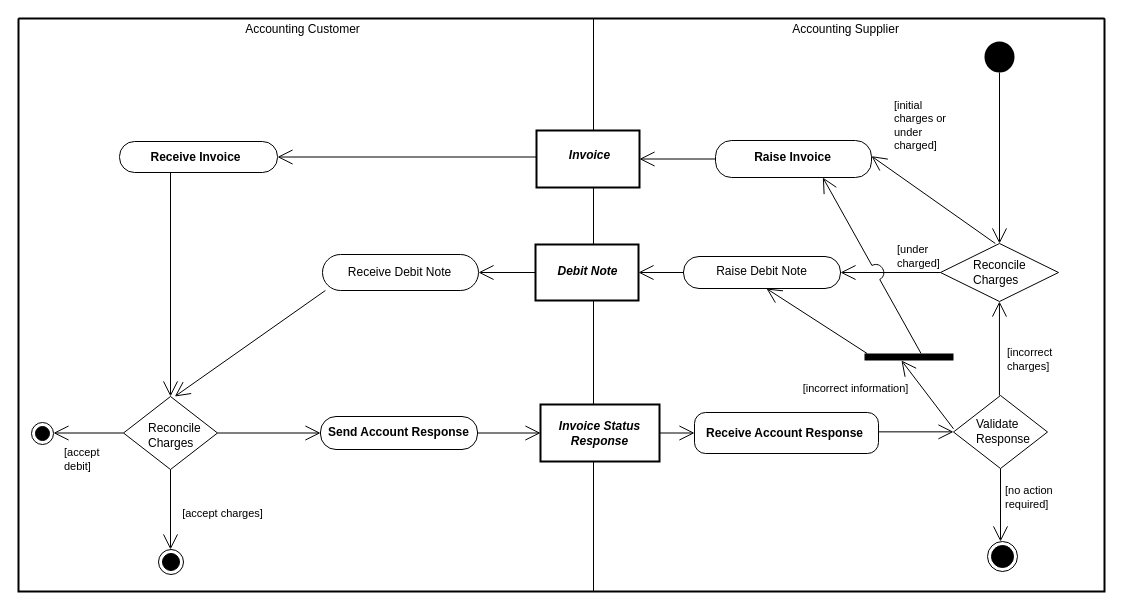
Above: diagrams/UBL-2.5-BillingwithDebitNoteProcess/UBL-2.5-BillingwithDebitNoteProcess.drawio in kduvekot/ubl-work-on-svg-images (draw.io), before the change. Source tidied: cells renumbered, new cells numbered last; positions are measured from the earlier drawing's top-left corner, leaving out a move shared by most shapes. Both pictures are drawn from the tidied source at 100%, with x=0, y=0 at pixel (18, 18).
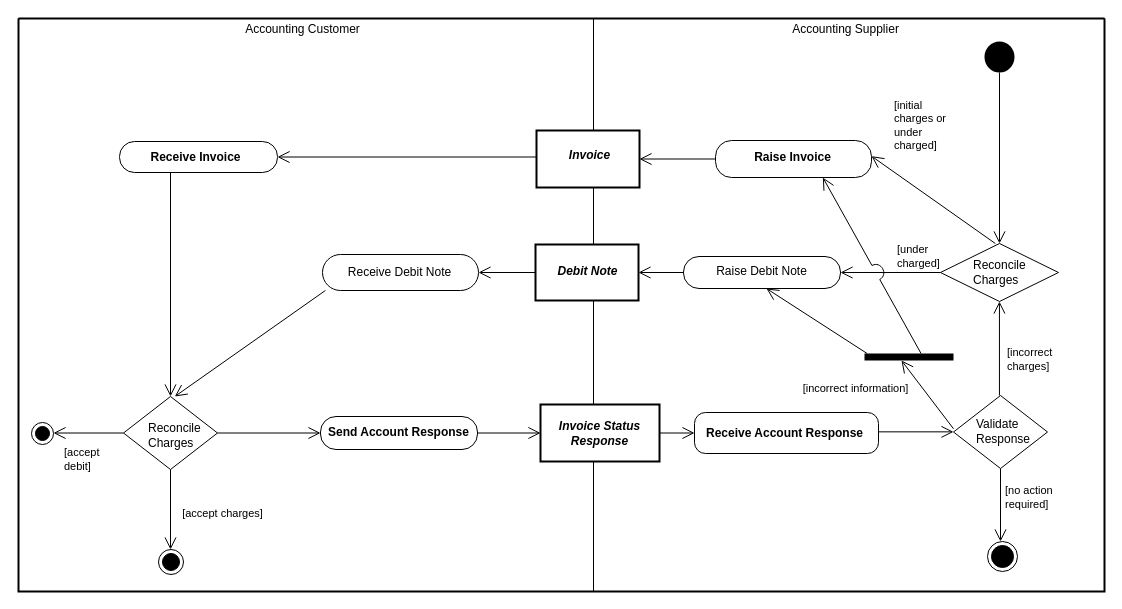
After the change.

Unchanged cells that the change refers to:
```xml
<mxCell id="2" style="swimlane;html=1;startSize=0;whiteSpace=wrap;fillColor=none;strokeWidth=2;" parent="1" vertex="1">
  <mxGeometry width="1086" height="573" as="geometry" />
</mxCell>
<mxCell id="3" value="Accounting Customer" style="swimlane;horizontal=1;startSize=21;swimlaneLine=0;html=1;fillColor=none;fontStyle=0;spacing=0;spacingRight=7;" parent="2" vertex="1">
  <mxGeometry width="575" height="573" as="geometry" />
</mxCell>
<mxCell id="4" value="Accounting Supplier" style="swimlane;horizontal=1;startSize=21;swimlaneLine=0;html=1;fillColor=none;fontStyle=0;spacing=0;spacingRight=7;" parent="2" vertex="1">
  <mxGeometry x="575" width="511" height="573" as="geometry" />
</mxCell>
<mxCell id="5" style="ellipse;shape=startState;fillColor=#000000;strokeColor=none;html=1;" parent="4" vertex="1">
  <mxGeometry x="387" y="19" width="38" height="39" as="geometry" />
</mxCell>
<mxCell id="6" value="Invoice" style="rounded=0;html=1;whiteSpace=nowrap;fontStyle=3;align=center;verticalAlign=middle;spacing=0;spacingLeft=2;spacingBottom=7;strokeWidth=2;" parent="4" vertex="1">
  <mxGeometry x="-57" y="112" width="103" height="57" as="geometry" />
</mxCell>
<mxCell id="7" value="Receive Invoice" style="rounded=1;absoluteArcSize=1;arcSize=30;html=1;whiteSpace=nowrap;fontStyle=1;align=center;verticalAlign=middle;spacing=0;spacingRight=6;spacingTop=1;" parent="3" vertex="1">
  <mxGeometry x="101" y="123" width="158" height="31" as="geometry" />
</mxCell>
<mxCell id="8" value="Raise Invoice" style="rounded=1;absoluteArcSize=1;arcSize=32;html=1;whiteSpace=nowrap;fontStyle=1;align=center;verticalAlign=middle;spacing=0;spacingRight=3;spacingBottom=4;" parent="4" vertex="1">
  <mxGeometry x="122" y="122" width="156" height="37" as="geometry" />
</mxCell>
<mxCell id="9" value="Debit Note" style="rounded=0;html=1;whiteSpace=nowrap;fontStyle=3;align=center;verticalAlign=middle;spacing=0;spacingLeft=1;spacingBottom=3;strokeWidth=2;" parent="4" vertex="1">
  <mxGeometry x="-58" y="226" width="103" height="56" as="geometry" />
</mxCell>
<mxCell id="10" value="Reconcile&lt;br&gt;Charges" style="rhombus;html=1;whiteSpace=nowrap;fontStyle=0;align=left;verticalAlign=middle;spacing=0;spacingLeft=33;" parent="4" vertex="1">
  <mxGeometry x="347" y="225" width="118" height="58" as="geometry" />
</mxCell>
<mxCell id="11" value="Receive Debit Note" style="rounded=1;absoluteArcSize=1;arcSize=36;html=1;whiteSpace=nowrap;fontStyle=0;align=center;verticalAlign=middle;spacing=0;spacingRight=2;spacingBottom=1;" parent="3" vertex="1">
  <mxGeometry x="304" y="236" width="156" height="36" as="geometry" />
</mxCell>
<mxCell id="12" value="Raise Debit Note" style="rounded=1;absoluteArcSize=1;arcSize=31;html=1;whiteSpace=nowrap;fontStyle=0;align=center;verticalAlign=middle;spacing=0;spacingRight=1;spacingBottom=2;" parent="4" vertex="1">
  <mxGeometry x="90" y="238" width="157" height="32" as="geometry" />
</mxCell>
<mxCell id="13" style="html=1;points=[[0.0295,0],[0.4154,1],[0.6356,0]];perimeter=orthogonalPerimeter;fillColor=#000000;strokeColor=none;" parent="4" vertex="1">
  <mxGeometry x="271" y="335" width="89" height="7" as="geometry" />
</mxCell>
<mxCell id="14" value="Validate&lt;br&gt;Response" style="rhombus;html=1;whiteSpace=nowrap;fontStyle=0;align=left;verticalAlign=middle;spacing=0;spacingLeft=23;spacingBottom=2;" parent="4" vertex="1">
  <mxGeometry x="360" y="377" width="94" height="73" as="geometry" />
</mxCell>
<mxCell id="15" value="Reconcile&lt;br&gt;Charges" style="rhombus;html=1;whiteSpace=nowrap;fontStyle=0;align=left;verticalAlign=middle;spacing=0;spacingLeft=25;spacingTop=4;" parent="3" vertex="1">
  <mxGeometry x="105" y="378" width="94" height="73" as="geometry" />
</mxCell>
<mxCell id="16" value="Invoice Status&lt;br&gt;Response" style="rounded=0;html=1;whiteSpace=nowrap;fontStyle=3;align=center;verticalAlign=middle;spacing=0;spacingRight=1;spacingTop=1;strokeWidth=2;" parent="4" vertex="1">
  <mxGeometry x="-53" y="386" width="119" height="57" as="geometry" />
</mxCell>
<mxCell id="17" value="Receive Account Response" style="rounded=1;absoluteArcSize=1;arcSize=22;html=1;whiteSpace=nowrap;fontStyle=1;align=center;verticalAlign=middle;spacing=0;spacingRight=4;spacingTop=1;" parent="4" vertex="1">
  <mxGeometry x="101" y="394" width="184" height="41" as="geometry" />
</mxCell>
<mxCell id="18" value="Send Account Response" style="rounded=1;absoluteArcSize=1;arcSize=31;html=1;whiteSpace=nowrap;fontStyle=1;align=center;verticalAlign=middle;spacing=0;spacingRight=2;spacingBottom=1;" parent="3" vertex="1">
  <mxGeometry x="302" y="398" width="157" height="33" as="geometry" />
</mxCell>
<mxCell id="19" style="ellipse;shape=endState;fillColor=#000000;html=1;" parent="3" vertex="1">
  <mxGeometry x="13" y="404" width="22" height="22" as="geometry" />
</mxCell>
<mxCell id="20" style="ellipse;shape=endState;fillColor=#000000;html=1;" parent="4" vertex="1">
  <mxGeometry x="394" y="523" width="30" height="30" as="geometry" />
</mxCell>
<mxCell id="21" style="ellipse;shape=endState;fillColor=#000000;html=1;" parent="3" vertex="1">
  <mxGeometry x="140" y="531" width="25" height="25" as="geometry" />
</mxCell>
```

Diff of the diagram source:
```diff
@@
-    <mxCell id="22" style="edgeStyle=none;rounded=0;html=1;endArrow=open;endFill=0;endSize=13;exitPerimeter=0;entryX=0.5;entryY=0;entryPerimeter=0;exitX=0.5;exitY=0.8961;" parent="4" edge="1" source="5" target="10">
+    <mxCell id="22" style="edgeStyle=none;rounded=0;html=1;endArrow=open;endFill=0;endSize=10;exitPerimeter=0;entryX=0.5;entryY=0;entryPerimeter=0;exitX=0.5;exitY=0.8961;" parent="4" edge="1" source="5" target="10">
       <mxGeometry relative="1" as="geometry" />
     </mxCell>
-    <mxCell id="23" style="edgeStyle=none;rounded=0;html=1;endArrow=open;endFill=0;endSize=13;exitPerimeter=0;entryX=1;entryY=0.5;entryPerimeter=0;exitX=0;exitY=0.464912;" parent="2" edge="1" source="6" target="7">
+    <mxCell id="23" style="edgeStyle=none;rounded=0;html=1;endArrow=open;endFill=0;endSize=10;exitPerimeter=0;entryX=1;entryY=0.5;entryPerimeter=0;exitX=0;exitY=0.464912;" parent="2" edge="1" source="6" target="7">
       <mxGeometry relative="1" as="geometry" />
     </mxCell>
-    <mxCell id="24" style="edgeStyle=none;rounded=0;html=1;endArrow=open;endFill=0;endSize=13;exitX=0;exitY=0.5;exitPerimeter=0;entryX=1;entryY=0.5;entryPerimeter=0;" parent="4" edge="1" source="8" target="6">
+    <mxCell id="24" style="edgeStyle=none;rounded=0;html=1;endArrow=open;endFill=0;endSize=10;exitX=0;exitY=0.5;exitPerimeter=0;entryX=1;entryY=0.5;entryPerimeter=0;" parent="4" edge="1" source="8" target="6">
       <mxGeometry relative="1" as="geometry" />
     </mxCell>
-    <mxCell id="25" value="[initial&lt;br&gt;charges or&lt;br&gt;under&lt;br&gt;charged]" style="edgeStyle=none;rounded=0;html=1;endArrow=open;endFill=0;endSize=13;exitX=0.4647;exitY=0;exitPerimeter=0;entryX=1;entryY=0.4228;entryPerimeter=0;fontStyle=0;align=left;verticalAlign=middle;labelBackgroundColor=none;" parent="4" edge="1" source="10" target="8">
+    <mxCell id="25" value="[initial&lt;br&gt;charges or&lt;br&gt;under&lt;br&gt;charged]" style="edgeStyle=none;rounded=0;html=1;endArrow=open;endFill=0;endSize=10;exitX=0.4647;exitY=0;exitPerimeter=0;entryX=1;entryY=0.4228;entryPerimeter=0;fontStyle=0;align=left;verticalAlign=middle;labelBackgroundColor=none;" parent="4" edge="1" source="10" target="8">
       <mxGeometry x="1" relative="1" as="geometry">
         <mxPoint x="21" y="-30" as="offset" />
       </mxGeometry>
     </mxCell>
-    <mxCell id="26" style="edgeStyle=none;rounded=0;html=1;endArrow=open;endFill=0;endSize=13;exitPerimeter=0;entryX=0.5;entryY=0;entryPerimeter=0;exitX=0.322785;exitY=1;" parent="3" edge="1" source="7" target="15">
+    <mxCell id="26" style="edgeStyle=none;rounded=0;html=1;endArrow=open;endFill=0;endSize=10;exitPerimeter=0;entryX=0.5;entryY=0;entryPerimeter=0;exitX=0.322785;exitY=1;" parent="3" edge="1" source="7" target="15">
       <mxGeometry relative="1" as="geometry" />
     </mxCell>
-    <mxCell id="27" value="[under&lt;br&gt;charged]" style="edgeStyle=none;rounded=0;html=1;endArrow=open;endFill=0;endSize=13;exitX=0;exitY=0.5;exitPerimeter=0;entryX=1;entryY=0.5;entryPerimeter=0;fontStyle=0;align=left;verticalAlign=middle;labelBackgroundColor=none;" parent="4" edge="1" source="10" target="12">
+    <mxCell id="27" value="[under&lt;br&gt;charged]" style="edgeStyle=none;rounded=0;html=1;endArrow=open;endFill=0;endSize=10;exitX=0;exitY=0.5;exitPerimeter=0;entryX=1;entryY=0.5;entryPerimeter=0;fontStyle=0;align=left;verticalAlign=middle;labelBackgroundColor=none;" parent="4" edge="1" source="10" target="12">
       <mxGeometry x="-0.1" relative="1" as="geometry">
         <mxPoint y="-16" as="offset" />
       </mxGeometry>
     </mxCell>
-    <mxCell id="28" style="edgeStyle=none;rounded=0;html=1;endArrow=open;endFill=0;endSize=13;exitX=0;exitY=0.5;exitPerimeter=0;entryX=1;entryY=0.5;entryPerimeter=0;" parent="2" edge="1" source="9" target="11">
+    <mxCell id="28" style="edgeStyle=none;rounded=0;html=1;endArrow=open;endFill=0;endSize=10;exitX=0;exitY=0.5;exitPerimeter=0;entryX=1;entryY=0.5;entryPerimeter=0;" parent="2" edge="1" source="9" target="11">
       <mxGeometry relative="1" as="geometry" />
     </mxCell>
-    <mxCell id="29" style="edgeStyle=none;rounded=0;html=1;endArrow=open;endFill=0;endSize=13;exitX=0;exitY=0.5;exitPerimeter=0;entryX=1;entryY=0.5;entryPerimeter=0;" parent="4" edge="1" source="12" target="9">
+    <mxCell id="29" style="edgeStyle=none;rounded=0;html=1;endArrow=open;endFill=0;endSize=10;exitX=0;exitY=0.5;exitPerimeter=0;entryX=1;entryY=0.5;entryPerimeter=0;" parent="4" edge="1" source="12" target="9">
       <mxGeometry relative="1" as="geometry" />
     </mxCell>
-    <mxCell id="30" style="edgeStyle=none;rounded=0;html=1;endArrow=open;endFill=0;endSize=13;exitX=0.0185;exitY=1;exitPerimeter=0;entryX=0.5458;entryY=0;entryPerimeter=0;" parent="3" edge="1" source="11" target="15">
+    <mxCell id="30" style="edgeStyle=none;rounded=0;html=1;endArrow=open;endFill=0;endSize=10;exitX=0.0185;exitY=1;exitPerimeter=0;entryX=0.5458;entryY=0;entryPerimeter=0;" parent="3" edge="1" source="11" target="15">
       <mxGeometry relative="1" as="geometry" />
     </mxCell>
-    <mxCell id="31" style="edgeStyle=none;rounded=0;html=1;endArrow=open;endFill=0;endSize=13;exitX=0.0295;exitY=0;exitPerimeter=0;entryX=0.5284;entryY=1;entryPerimeter=0;" parent="4" edge="1" source="13" target="12">
+    <mxCell id="31" style="edgeStyle=none;rounded=0;html=1;endArrow=open;endFill=0;endSize=10;exitX=0.0295;exitY=0;exitPerimeter=0;entryX=0.5284;entryY=1;entryPerimeter=0;" parent="4" edge="1" source="13" target="12">
       <mxGeometry relative="1" as="geometry" />
     </mxCell>
-    <mxCell id="32" value="[incorrect&lt;br&gt;charges]" style="edgeStyle=none;rounded=0;html=1;endArrow=open;endFill=0;endSize=13;exitPerimeter=0;entryX=0.4996;entryY=1;entryPerimeter=0;fontStyle=0;align=left;verticalAlign=middle;labelBackgroundColor=none;exitX=0.48886;exitY=0;" parent="4" edge="1" source="14" target="10">
+    <mxCell id="32" value="[incorrect&lt;br&gt;charges]" style="edgeStyle=none;rounded=0;html=1;endArrow=open;endFill=0;endSize=10;exitPerimeter=0;entryX=0.4996;entryY=1;entryPerimeter=0;fontStyle=0;align=left;verticalAlign=middle;labelBackgroundColor=none;exitX=0.48886;exitY=0;" parent="4" edge="1" source="14" target="10">
       <mxGeometry x="-0.24" relative="1" as="geometry">
         <mxPoint x="6" as="offset" />
       </mxGeometry>
     </mxCell>
-    <mxCell id="33" value="[incorrect information]" style="edgeStyle=none;rounded=0;html=1;endArrow=open;endFill=0;endSize=13;exitX=0;exitY=0.4558;exitPerimeter=0;entryX=0.4154;entryY=1;entryPerimeter=0;fontStyle=0;align=center;verticalAlign=middle;labelBackgroundColor=none;" parent="4" edge="1" source="14" target="13">
+    <mxCell id="33" value="[incorrect information]" style="edgeStyle=none;rounded=0;html=1;endArrow=open;endFill=0;endSize=10;exitX=0;exitY=0.4558;exitPerimeter=0;entryX=0.4154;entryY=1;entryPerimeter=0;fontStyle=0;align=center;verticalAlign=middle;labelBackgroundColor=none;" parent="4" edge="1" source="14" target="13">
       <mxGeometry x="1" relative="1" as="geometry">
         <mxPoint x="-46" y="28" as="offset" />
       </mxGeometry>
     </mxCell>
-    <mxCell id="34" style="edgeStyle=none;rounded=0;html=1;endArrow=open;endFill=0;endSize=13;exitX=1;exitY=0.5;exitPerimeter=0;entryX=0;entryY=0.5;entryPerimeter=0;" parent="2" edge="1" source="18" target="16">
+    <mxCell id="34" style="edgeStyle=none;rounded=0;html=1;endArrow=open;endFill=0;endSize=10;exitX=1;exitY=0.5;exitPerimeter=0;entryX=0;entryY=0.5;entryPerimeter=0;" parent="2" edge="1" source="18" target="16">
       <mxGeometry relative="1" as="geometry" />
     </mxCell>
-    <mxCell id="35" style="edgeStyle=none;rounded=0;html=1;endArrow=open;endFill=0;endSize=13;exitX=1;exitY=0.5;exitPerimeter=0;entryX=0;entryY=0.5;entryPerimeter=0;" parent="3" edge="1" source="15" target="18">
+    <mxCell id="35" style="edgeStyle=none;rounded=0;html=1;endArrow=open;endFill=0;endSize=10;exitX=1;exitY=0.5;exitPerimeter=0;entryX=0;entryY=0.5;entryPerimeter=0;" parent="3" edge="1" source="15" target="18">
       <mxGeometry relative="1" as="geometry" />
     </mxCell>
-    <mxCell id="36" style="edgeStyle=none;rounded=0;html=1;endArrow=open;endFill=0;endSize=13;exitX=1;exitY=0.5;exitPerimeter=0;entryX=0;entryY=0.5;entryPerimeter=0;" parent="4" edge="1" source="16" target="17">
+    <mxCell id="36" style="edgeStyle=none;rounded=0;html=1;endArrow=open;endFill=0;endSize=10;exitX=1;exitY=0.5;exitPerimeter=0;entryX=0;entryY=0.5;entryPerimeter=0;" parent="4" edge="1" source="16" target="17">
       <mxGeometry relative="1" as="geometry" />
     </mxCell>
-    <mxCell id="37" style="edgeStyle=none;rounded=0;html=1;endArrow=open;endFill=0;endSize=13;exitPerimeter=0;entryX=0;entryY=0.498;entryPerimeter=0;exitX=1;exitY=0.472049;" parent="4" edge="1" source="17" target="14">
+    <mxCell id="37" style="edgeStyle=none;rounded=0;html=1;endArrow=open;endFill=0;endSize=10;exitPerimeter=0;entryX=0;entryY=0.498;entryPerimeter=0;exitX=1;exitY=0.472049;" parent="4" edge="1" source="17" target="14">
       <mxGeometry relative="1" as="geometry" />
     </mxCell>
-    <mxCell id="38" value="[accept&lt;br&gt;debit]" style="edgeStyle=none;rounded=0;html=1;endArrow=open;endFill=0;endSize=13;exitX=0;exitY=0.5;exitPerimeter=0;entryPerimeter=0;fontStyle=0;align=left;verticalAlign=middle;labelBackgroundColor=none;entryX=1;entryY=0.477273;" parent="3" edge="1" source="15" target="19">
+    <mxCell id="38" value="[accept&lt;br&gt;debit]" style="edgeStyle=none;rounded=0;html=1;endArrow=open;endFill=0;endSize=10;exitX=0;exitY=0.5;exitPerimeter=0;entryPerimeter=0;fontStyle=0;align=left;verticalAlign=middle;labelBackgroundColor=none;entryX=1;entryY=0.477273;" parent="3" edge="1" source="15" target="19">
       <mxGeometry x="0.74" relative="1" as="geometry">
         <mxPoint y="26" as="offset" />
       </mxGeometry>
     </mxCell>
-    <mxCell id="39" value="[accept charges]" style="edgeStyle=none;rounded=0;html=1;endArrow=open;endFill=0;endSize=13;exitX=0.5;exitY=1;exitPerimeter=0;entryPerimeter=0;fontStyle=0;align=center;verticalAlign=middle;labelBackgroundColor=none;entryX=0.48;entryY=0;" parent="3" edge="1" source="15" target="21">
+    <mxCell id="39" value="[accept charges]" style="edgeStyle=none;rounded=0;html=1;endArrow=open;endFill=0;endSize=10;exitX=0.5;exitY=1;exitPerimeter=0;entryPerimeter=0;fontStyle=0;align=center;verticalAlign=middle;labelBackgroundColor=none;entryX=0.48;entryY=0;" parent="3" edge="1" source="15" target="21">
       <mxGeometry x="0.11" relative="1" as="geometry">
         <mxPoint x="52" as="offset" />
       </mxGeometry>
     </mxCell>
-    <mxCell id="40" value="[no action&lt;br&gt;required]" style="edgeStyle=none;rounded=0;html=1;endArrow=open;endFill=0;endSize=13;exitX=0.5;exitY=1;exitPerimeter=0;entryPerimeter=0;fontStyle=0;align=left;verticalAlign=middle;labelBackgroundColor=none;entryX=0.433333;entryY=0;" parent="4" edge="1" source="14" target="20">
+    <mxCell id="40" value="[no action&lt;br&gt;required]" style="edgeStyle=none;rounded=0;html=1;endArrow=open;endFill=0;endSize=10;exitX=0.5;exitY=1;exitPerimeter=0;entryPerimeter=0;fontStyle=0;align=left;verticalAlign=middle;labelBackgroundColor=none;entryX=0.433333;entryY=0;" parent="4" edge="1" source="14" target="20">
       <mxGeometry x="-0.2" relative="1" as="geometry">
         <mxPoint x="3" as="offset" />
       </mxGeometry>
     </mxCell>
-    <mxCell id="41" style="edgeStyle=none;rounded=0;html=1;endArrow=open;endFill=0;endSize=13;exitX=0.6356;exitY=0;exitPerimeter=0;entryX=0.6882;entryY=1;entryPerimeter=0;jumpStyle=arc;jumpSize=16;" parent="4" edge="1" source="13" target="8">
+    <mxCell id="41" style="edgeStyle=none;rounded=0;html=1;endArrow=open;endFill=0;endSize=10;exitX=0.6356;exitY=0;exitPerimeter=0;entryX=0.6882;entryY=1;entryPerimeter=0;jumpStyle=arc;jumpSize=16;" parent="4" edge="1" source="13" target="8">
       <mxGeometry relative="1" as="geometry" />
     </mxCell>
```
